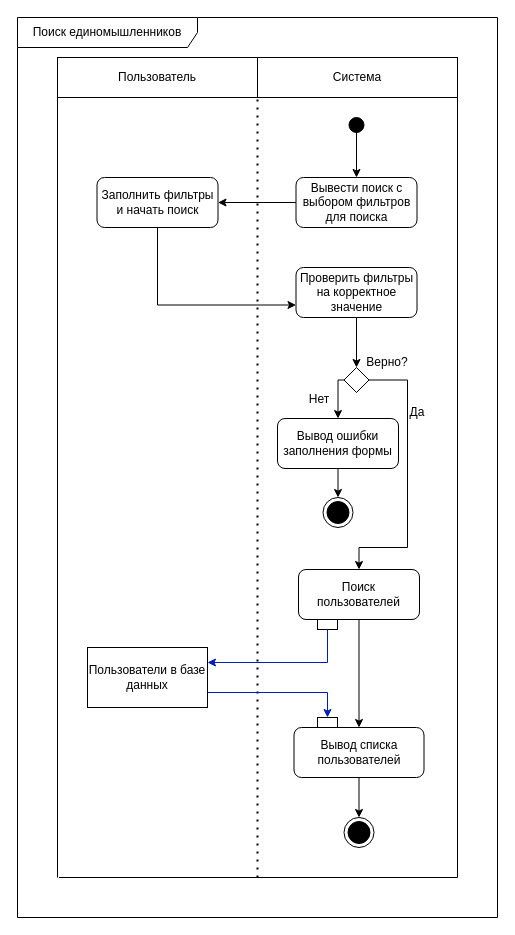
Before: docs/raw_diagrams/поиск_единомышленников++.drawio in AS2/habrolink, a draw.io diagram. Source tidied: cells renumbered, new cells numbered last; positions are measured from the earlier drawing's top-left corner, leaving out a move shared by most shapes. Both pictures are drawn from the tidied source at 100%, with x=0, y=0 at pixel (17, 17).
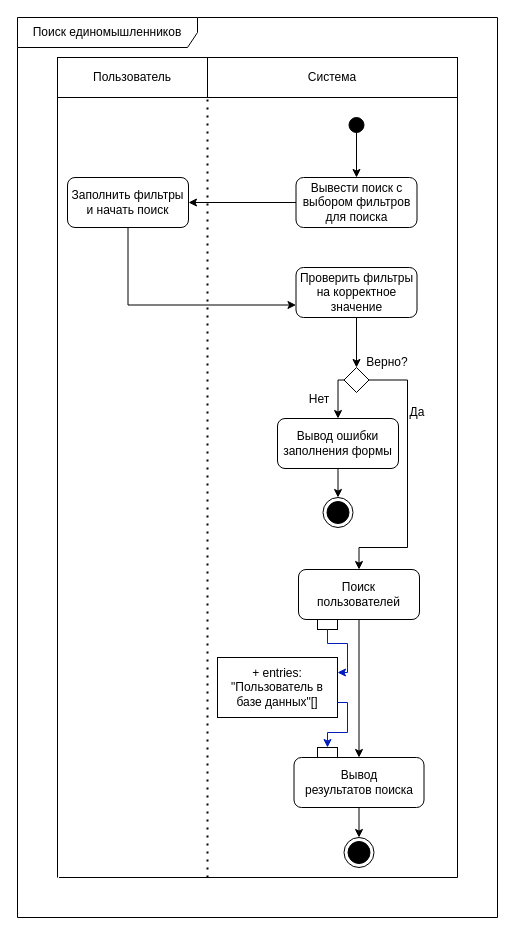
The same page after the edit.

Commit message (it also covers changes not shown here):
Fixed activity diagrams

Diff of the diagram source:
```diff
@@
     <mxCell id="3" value="Пользователь" style="text;html=1;strokeColor=default;fillColor=none;align=center;verticalAlign=middle;whiteSpace=wrap;rounded=0;" parent="1" vertex="1">
-      <mxGeometry x="40" y="40" width="200" height="40" as="geometry" />
+      <mxGeometry x="40" y="40" width="150" height="40" as="geometry" />
     </mxCell>
     <mxCell id="4" value="Система" style="text;html=1;strokeColor=default;fillColor=none;align=center;verticalAlign=middle;whiteSpace=wrap;rounded=0;" parent="1" vertex="1">
-      <mxGeometry x="240" y="40" width="200" height="40" as="geometry" />
+      <mxGeometry x="190" y="40" width="250" height="40" as="geometry" />
     </mxCell>
@@
     <mxCell id="8" value="Заполнить фильтры и начать поиск" style="text;html=1;strokeColor=default;fillColor=none;align=center;verticalAlign=middle;whiteSpace=wrap;rounded=1;" parent="1" vertex="1">
-      <mxGeometry x="79.5" y="160" width="121" height="50" as="geometry" />
+      <mxGeometry x="50" y="160" width="121" height="50" as="geometry" />
     </mxCell>
@@
     <mxCell id="19" style="endArrow=none;dashed=1;html=1;dashPattern=1 3;strokeWidth=2;rounded=0;entryX=0;entryY=1;entryDx=0;entryDy=0;" parent="1" edge="1" target="4">
       <mxGeometry relative="1" as="geometry">
-        <mxPoint x="240" y="860" as="sourcePoint" />
+        <mxPoint x="190" y="860" as="sourcePoint" />
       </mxGeometry>
     </mxCell>
@@
-    <mxCell id="26" value="Вывод списка пользователей" style="text;html=1;strokeColor=default;fillColor=none;align=center;verticalAlign=middle;whiteSpace=wrap;rounded=1;" parent="1" vertex="1">
-      <mxGeometry x="276.5" y="710" width="130" height="50" as="geometry" />
+    <mxCell id="26" value="Вывод результатов&amp;nbsp;поиска" style="text;html=1;strokeColor=default;fillColor=none;align=center;verticalAlign=middle;whiteSpace=wrap;rounded=1;" parent="1" vertex="1">
+      <mxGeometry x="276.5" y="740" width="130" height="50" as="geometry" />
     </mxCell>
@@
     <mxCell id="28" style="ellipse;html=1;shape=endState;fillColor=strokeColor;" parent="1" vertex="1">
-      <mxGeometry x="326.5" y="800" width="30" height="30" as="geometry" />
+      <mxGeometry x="326.5" y="820" width="30" height="30" as="geometry" />
     </mxCell>
@@
-    <mxCell id="31" value="Пользователи в базе данных" style="rounded=0;whiteSpace=wrap;html=1;" parent="1" vertex="1">
-      <mxGeometry x="70" y="630" width="120" height="60" as="geometry" />
+    <mxCell id="31" value="+ entries: &quot;Пользователь в базе данных&quot;[]" style="rounded=0;whiteSpace=wrap;html=1;" parent="1" vertex="1">
+      <mxGeometry x="200" y="640" width="120" height="60" as="geometry" />
     </mxCell>
@@
     <mxCell id="33" style="rounded=0;whiteSpace=wrap;html=1;" parent="1" vertex="1">
-      <mxGeometry x="300" y="700" width="20" height="10" as="geometry" />
+      <mxGeometry x="300" y="730" width="20" height="10" as="geometry" />
     </mxCell>
```
